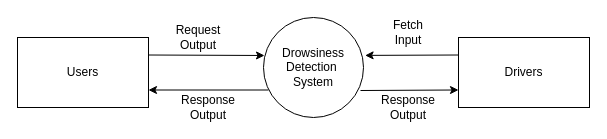
Earlier version of the draw.io diagram Contezt-diagram.drawio (jonamadk/DrawIO). Source tidied: cells renumbered, new cells numbered last; positions are measured from the earlier drawing's top-left corner, leaving out a move shared by most shapes. Both pictures are drawn from the tidied source at 100%, with x=0, y=0 at pixel (17, 17).
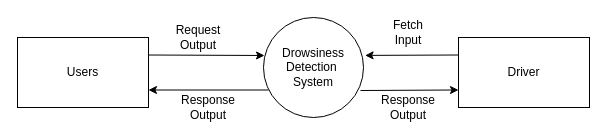
Above is the later version.

What changed in the source:
```diff
@@
 <mxGraphModel>
   <root>
     <mxCell id="0" />
     <mxCell id="1" parent="0" />
     <mxCell id="2" value="Users" style="rounded=0;whiteSpace=wrap;html=1;" parent="1" vertex="1">
       <mxGeometry y="20" width="131" height="70" as="geometry" />
     </mxCell>
     <mxCell id="3" value="Drowsiness&lt;br&gt;Detection&amp;nbsp;&lt;br&gt;System" style="ellipse;whiteSpace=wrap;html=1;" parent="1" vertex="1">
       <mxGeometry x="246" width="100" height="100" as="geometry" />
     </mxCell>
     <mxCell id="4" style="endArrow=classic;html=1;exitX=1;exitY=0.25;exitDx=0;exitDy=0;" parent="1" edge="1" source="2">
       <mxGeometry relative="1" as="geometry">
         <mxPoint x="247" y="38" as="targetPoint" />
       </mxGeometry>
     </mxCell>
-    <mxCell id="5" value="Drivers" style="rounded=0;whiteSpace=wrap;html=1;" parent="1" vertex="1">
+    <mxCell id="5" value="Driver" style="rounded=0;whiteSpace=wrap;html=1;" parent="1" vertex="1">
       <mxGeometry x="441" y="20" width="131" height="70" as="geometry" />
     </mxCell>
     <mxCell id="6" style="endArrow=classic;html=1;exitX=0;exitY=0.25;exitDx=0;exitDy=0;entryX=1.016;entryY=0.379;entryDx=0;entryDy=0;entryPerimeter=0;" parent="1" edge="1" source="5" target="3">
       <mxGeometry relative="1" as="geometry" />
     </mxCell>
     <mxCell id="7" style="endArrow=classic;html=1;entryX=1;entryY=0.75;entryDx=0;entryDy=0;exitX=0.05;exitY=0.725;exitDx=0;exitDy=0;exitPerimeter=0;" parent="1" edge="1" source="3" target="2">
       <mxGeometry relative="1" as="geometry" />
     </mxCell>
     <mxCell id="8" style="endArrow=classic;html=1;entryX=0;entryY=0.75;entryDx=0;entryDy=0;" parent="1" edge="1" target="5">
       <mxGeometry relative="1" as="geometry">
         <mxPoint x="343" y="73" as="sourcePoint" />
       </mxGeometry>
     </mxCell>
     <mxCell id="9" value="Fetch Input" style="text;html=1;strokeColor=none;fillColor=none;align=center;verticalAlign=middle;whiteSpace=wrap;rounded=0;" parent="1" vertex="1">
       <mxGeometry x="371" y="5" width="40" height="20" as="geometry" />
     </mxCell>
     <mxCell id="10" value="Response Output" style="text;html=1;strokeColor=none;fillColor=none;align=center;verticalAlign=middle;whiteSpace=wrap;rounded=0;" parent="1" vertex="1">
       <mxGeometry x="371" y="80" width="40" height="20" as="geometry" />
     </mxCell>
     <mxCell id="11" value="Response Output" style="text;html=1;strokeColor=none;fillColor=none;align=center;verticalAlign=middle;whiteSpace=wrap;rounded=0;" parent="1" vertex="1">
       <mxGeometry x="171" y="80" width="40" height="20" as="geometry" />
     </mxCell>
     <mxCell id="12" value="Request Output" style="text;html=1;strokeColor=none;fillColor=none;align=center;verticalAlign=middle;whiteSpace=wrap;rounded=0;" parent="1" vertex="1">
       <mxGeometry x="161" y="10" width="40" height="20" as="geometry" />
     </mxCell>
   </root>
 </mxGraphModel>
```
